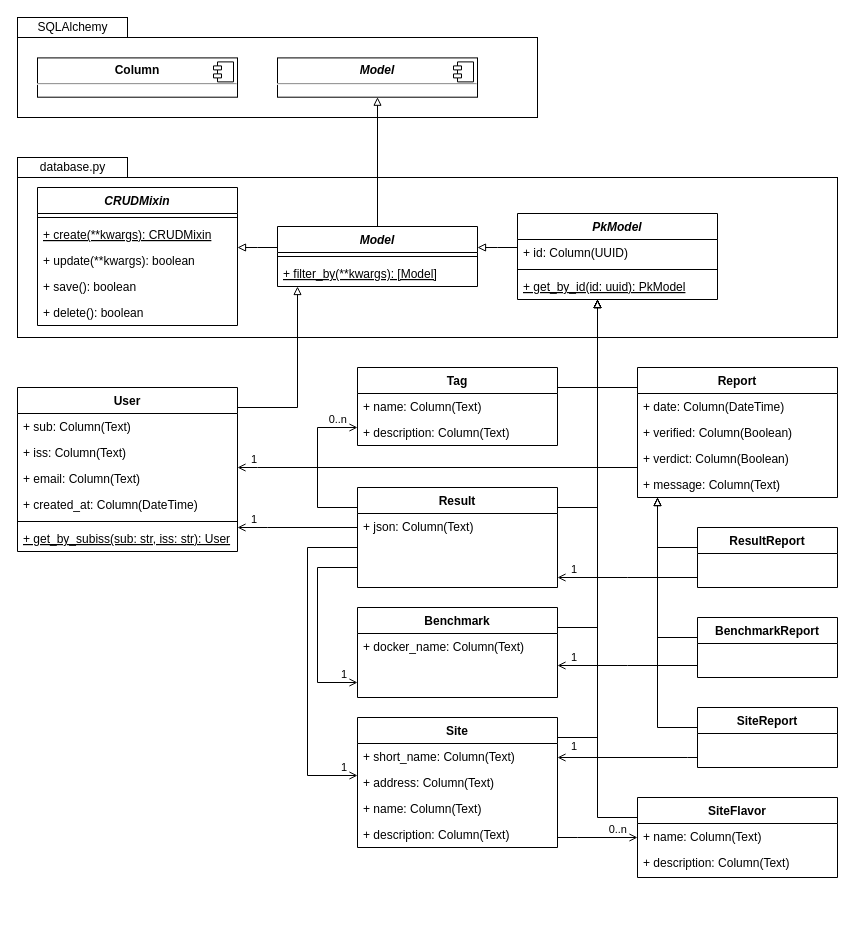
The draw.io diagram docs/diagrams/classes/models.drawio in EOSC-synergy/eosc-perf, before the edit. Source tidied: cells renumbered, new cells numbered last; positions are measured from the earlier drawing's top-left corner, leaving out a move shared by most shapes. Both pictures are drawn from the tidied source at 100%, with x=0, y=0 at pixel (17, 17).
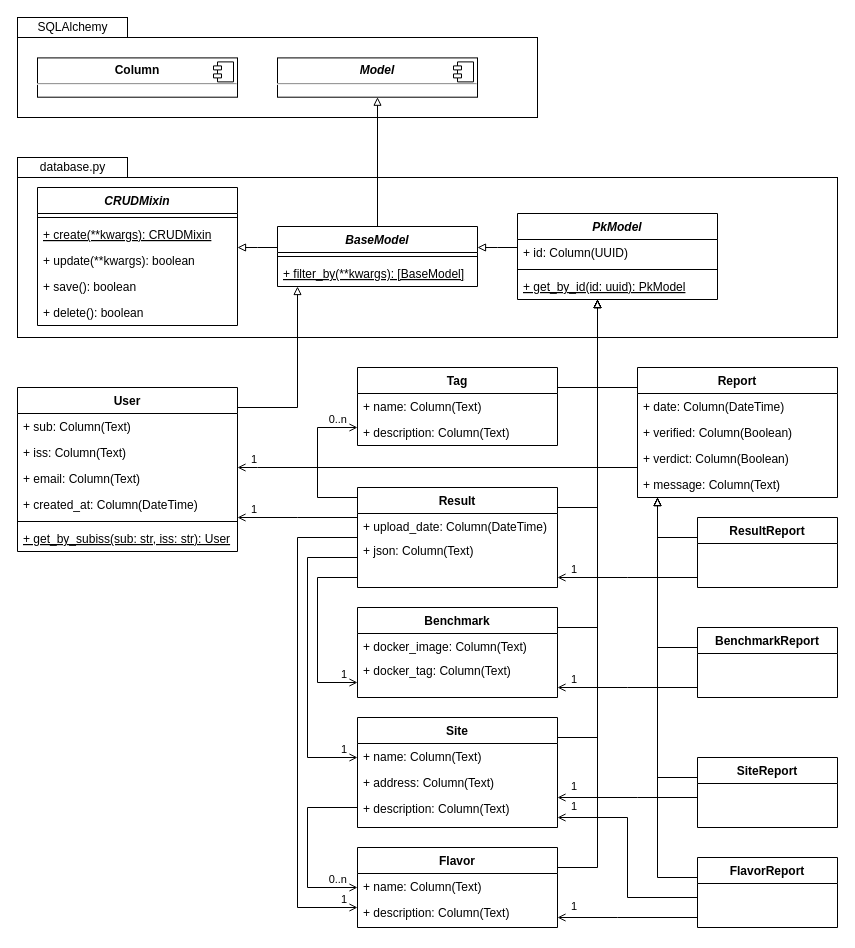
After the change.

Commit message:
Update models diagram

The change refers to these unchanged cells:
```xml
<mxCell id="5" value="Report" style="swimlane;fontStyle=1;align=center;verticalAlign=top;horizontal=1;startSize=26;" parent="1" vertex="1">
  <mxGeometry x="620" y="350" width="200" height="130" as="geometry" />
</mxCell>
<mxCell id="9" value="+ message: Column(Text)" style="text;strokeColor=none;fillColor=none;align=left;verticalAlign=top;spacingLeft=4;spacingRight=4;overflow=hidden;points=[[0,0.5],[1,0.5]];portConstraint=eastwest;" parent="5" vertex="1">
  <mxGeometry y="104" width="200" height="26" as="geometry" />
</mxCell>
<mxCell id="11" value="Result" style="swimlane;fontStyle=1;align=center;verticalAlign=top;horizontal=1;startSize=26;" parent="1" vertex="1">
  <mxGeometry x="340" y="470" width="200" height="100" as="geometry" />
</mxCell>
<mxCell id="24" value="PkModel" style="swimlane;fontStyle=3;align=center;verticalAlign=top;horizontal=1;startSize=26;" parent="1" vertex="1">
  <mxGeometry x="500" y="196" width="200" height="86" as="geometry" />
</mxCell>
<mxCell id="29" value="Tag" style="swimlane;fontStyle=1;align=center;verticalAlign=top;horizontal=1;startSize=26;" parent="1" vertex="1">
  <mxGeometry x="340" y="350" width="200" height="78" as="geometry" />
</mxCell>
<mxCell id="39" value="Benchmark" style="swimlane;fontStyle=1;align=center;verticalAlign=top;horizontal=1;startSize=26;" parent="1" vertex="1">
  <mxGeometry x="340" y="590" width="200" height="90" as="geometry" />
</mxCell>
<mxCell id="48" value="User" style="swimlane;fontStyle=1;align=center;verticalAlign=top;horizontal=1;startSize=26;" parent="1" vertex="1">
  <mxGeometry y="370" width="220" height="164" as="geometry" />
</mxCell>
```

Change to the diagram source:
```diff
@@
-    <mxCell id="12" value="+ json: Column(Text)" style="text;strokeColor=none;fillColor=none;align=left;verticalAlign=top;spacingLeft=4;spacingRight=4;overflow=hidden;" parent="11" vertex="1">
-      <mxGeometry y="26" width="200" height="74" as="geometry" />
+    <mxCell id="12" value="+ upload_date: Column(DateTime)" style="text;strokeColor=none;fillColor=none;align=left;verticalAlign=top;spacingLeft=4;spacingRight=4;overflow=hidden;" parent="11" vertex="1">
+      <mxGeometry y="26" width="200" height="24" as="geometry" />
     </mxCell>
+    <mxCell id="84" value="+ json: Column(Text)" style="text;strokeColor=none;fillColor=none;align=left;verticalAlign=top;spacingLeft=4;spacingRight=4;overflow=hidden;" parent="11" vertex="1">
+      <mxGeometry y="50" width="200" height="50" as="geometry" />
+    </mxCell>
@@
-    <mxCell id="20" value="Model" style="swimlane;fontStyle=3;align=center;verticalAlign=top;horizontal=1;startSize=26;" parent="1" vertex="1">
+    <mxCell id="20" value="BaseModel" style="swimlane;fontStyle=3;align=center;verticalAlign=top;horizontal=1;startSize=26;" parent="1" vertex="1">
       <mxGeometry x="260" y="209" width="200" height="60" as="geometry" />
     </mxCell>
@@
-    <mxCell id="22" value="+ filter_by(**kwargs): [Model]" style="text;strokeColor=none;fillColor=none;align=left;verticalAlign=top;spacingLeft=4;spacingRight=4;overflow=hidden;fontStyle=4;" parent="20" vertex="1">
+    <mxCell id="22" value="+ filter_by(**kwargs): [BaseModel]" style="text;strokeColor=none;fillColor=none;align=left;verticalAlign=top;spacingLeft=4;spacingRight=4;overflow=hidden;fontStyle=4;" parent="20" vertex="1">
       <mxGeometry y="34" width="200" height="26" as="geometry" />
     </mxCell>
@@
     <mxCell id="33" value="Site" style="swimlane;fontStyle=1;align=center;verticalAlign=top;horizontal=1;startSize=26;" parent="1" vertex="1">
-      <mxGeometry x="340" y="700" width="200" height="130" as="geometry" />
+      <mxGeometry x="340" y="700" width="200" height="110" as="geometry" />
     </mxCell>
-    <mxCell id="34" value="+ short_name: Column(Text)" style="text;strokeColor=none;fillColor=none;align=left;verticalAlign=top;spacingLeft=4;spacingRight=4;overflow=hidden;" parent="33" vertex="1">
+    <mxCell id="34" value="+ name: Column(Text)" style="text;strokeColor=none;fillColor=none;align=left;verticalAlign=top;spacingLeft=4;spacingRight=4;overflow=hidden;" parent="33" vertex="1">
       <mxGeometry y="26" width="200" height="26" as="geometry" />
     </mxCell>
@@
-    <mxCell id="36" value="+ name: Column(Text)" style="text;strokeColor=none;fillColor=none;align=left;verticalAlign=top;spacingLeft=4;spacingRight=4;overflow=hidden;" parent="33" vertex="1">
-      <mxGeometry y="78" width="200" height="26" as="geometry" />
-    </mxCell>
     <mxCell id="37" value="+ description: Column(Text)" style="text;strokeColor=none;fillColor=none;align=left;verticalAlign=top;spacingLeft=4;spacingRight=4;overflow=hidden;" parent="33" vertex="1">
-      <mxGeometry y="104" width="200" height="26" as="geometry" />
+      <mxGeometry y="78" width="200" height="32" as="geometry" />
     </mxCell>
@@
-    <mxCell id="40" value="+ docker_name: Column(Text)" style="text;strokeColor=none;fillColor=none;align=left;verticalAlign=top;spacingLeft=4;spacingRight=4;overflow=hidden;points=[[0,0.5],[1,0.5]];portConstraint=eastwest;" parent="39" vertex="1">
-      <mxGeometry y="26" width="200" height="64" as="geometry" />
+    <mxCell id="40" value="+ docker_image: Column(Text)" style="text;strokeColor=none;fillColor=none;align=left;verticalAlign=top;spacingLeft=4;spacingRight=4;overflow=hidden;points=[[0,0.5],[1,0.5]];portConstraint=eastwest;" parent="39" vertex="1">
+      <mxGeometry y="26" width="200" height="24" as="geometry" />
     </mxCell>
+    <mxCell id="85" value="+ docker_tag: Column(Text)" style="text;strokeColor=none;fillColor=none;align=left;verticalAlign=top;spacingLeft=4;spacingRight=4;overflow=hidden;" parent="39" vertex="1">
+      <mxGeometry y="50" width="200" height="40" as="geometry" />
+    </mxCell>
@@
     <mxCell id="44" style="html=1;edgeStyle=orthogonalEdgeStyle;rounded=0;endArrow=open;endFill=0;" parent="1" edge="1" source="11" target="39">
       <mxGeometry relative="1" as="geometry">
         <Array as="points">
-          <mxPoint x="300" y="550" />
+          <mxPoint x="300" y="560" />
           <mxPoint x="300" y="665" />
         </Array>
       </mxGeometry>
     </mxCell>
@@
     <mxCell id="46" style="html=1;startArrow=none;startFill=0;edgeStyle=orthogonalEdgeStyle;endFill=0;rounded=0;endArrow=open;" parent="1" edge="1" source="11" target="33">
       <mxGeometry relative="1" as="geometry">
         <Array as="points">
-          <mxPoint x="290" y="530" />
-          <mxPoint x="290" y="758" />
+          <mxPoint x="290" y="540" />
+          <mxPoint x="290" y="740" />
         </Array>
       </mxGeometry>
     </mxCell>
@@
     <mxCell id="62" style="edgeStyle=orthogonalEdgeStyle;rounded=0;jettySize=auto;html=1;endArrow=block;endFill=0;" parent="1" edge="1" source="63" target="24">
       <mxGeometry relative="1" as="geometry">
         <Array as="points">
-          <mxPoint x="580" y="800" />
+          <mxPoint x="440" y="850" />
+          <mxPoint x="580" y="850" />
         </Array>
       </mxGeometry>
     </mxCell>
-    <mxCell id="63" value="SiteFlavor" style="swimlane;fontStyle=1;align=center;verticalAlign=top;horizontal=1;startSize=26;" parent="1" vertex="1">
-      <mxGeometry x="620" y="780" width="200" height="80" as="geometry" />
+    <mxCell id="63" value="Flavor" style="swimlane;fontStyle=1;align=center;verticalAlign=top;horizontal=1;startSize=26;" parent="1" vertex="1">
+      <mxGeometry x="340" y="830" width="200" height="80" as="geometry" />
     </mxCell>
@@
     <mxCell id="66" value="ResultReport" style="swimlane;fontStyle=1;horizontal=1;startSize=26;" parent="1" vertex="1">
-      <mxGeometry x="680" y="510" width="140" height="60" as="geometry" />
+      <mxGeometry x="680" y="500" width="140" height="70" as="geometry" />
     </mxCell>
     <mxCell id="67" value="BenchmarkReport" style="swimlane;fontStyle=1;horizontal=1;startSize=26;" parent="1" vertex="1">
-      <mxGeometry x="680" y="600" width="140" height="60" as="geometry" />
+      <mxGeometry x="680" y="610" width="140" height="70" as="geometry" />
     </mxCell>
     <mxCell id="68" value="SiteReport" style="swimlane;fontStyle=1;horizontal=1;startSize=26;" parent="1" vertex="1">
-      <mxGeometry x="680" y="690" width="140" height="60" as="geometry" />
+      <mxGeometry x="680" y="740" width="140" height="70" as="geometry" />
     </mxCell>
     <mxCell id="69" style="endArrow=block;endFill=0;endSize=6;html=1;strokeWidth=1;rounded=0;edgeStyle=orthogonalEdgeStyle;" parent="1" edge="1" source="66" target="9">
       <mxGeometry relative="1" as="geometry">
         <Array as="points">
-          <mxPoint x="640" y="530" />
+          <mxPoint x="640" y="520" />
         </Array>
       </mxGeometry>
     </mxCell>
     <mxCell id="70" style="endArrow=block;endFill=0;endSize=6;html=1;strokeWidth=1;rounded=0;edgeStyle=orthogonalEdgeStyle;" parent="1" edge="1" source="67" target="9">
       <mxGeometry relative="1" as="geometry">
         <Array as="points">
-          <mxPoint x="640" y="620" />
+          <mxPoint x="640" y="630" />
         </Array>
       </mxGeometry>
     </mxCell>
     <mxCell id="71" style="endArrow=block;endFill=0;endSize=6;html=1;strokeWidth=1;rounded=0;edgeStyle=orthogonalEdgeStyle;" parent="1" edge="1" source="68" target="9">
       <mxGeometry relative="1" as="geometry">
         <Array as="points">
-          <mxPoint x="640" y="710" />
+          <mxPoint x="640" y="760" />
         </Array>
       </mxGeometry>
     </mxCell>
     <mxCell id="72" style="html=1;startArrow=none;startFill=0;edgeStyle=orthogonalEdgeStyle;endFill=0;rounded=0;strokeWidth=1;endArrow=open;" parent="1" edge="1" source="68" target="33">
       <mxGeometry relative="1" as="geometry">
         <Array as="points">
-          <mxPoint x="670" y="740" />
-          <mxPoint x="670" y="740" />
+          <mxPoint x="620" y="780" />
+          <mxPoint x="620" y="780" />
         </Array>
       </mxGeometry>
     </mxCell>
@@
-    <mxCell id="74" style="html=1;startArrow=none;startFill=0;edgeStyle=orthogonalEdgeStyle;endFill=0;rounded=0;strokeWidth=1;endArrow=open;" parent="1" edge="1" source="67" target="40">
+    <mxCell id="74" style="html=1;startArrow=none;startFill=0;edgeStyle=orthogonalEdgeStyle;endFill=0;rounded=0;strokeWidth=1;endArrow=open;" parent="1" edge="1" source="67" target="39">
       <mxGeometry relative="1" as="geometry">
         <Array as="points">
-          <mxPoint x="610" y="648" />
-          <mxPoint x="610" y="648" />
+          <mxPoint x="610" y="670" />
+          <mxPoint x="610" y="670" />
         </Array>
       </mxGeometry>
     </mxCell>
@@
-    <mxCell id="78" style="html=1;edgeStyle=orthogonalEdgeStyle;rounded=0;endArrow=open;endFill=0;" parent="1" edge="1" source="33" target="63">
+    <mxCell id="78" style="html=1;edgeStyle=orthogonalEdgeStyle;rounded=0;endArrow=open;endFill=0;startArrow=none;startFill=0;" parent="1" edge="1" source="33" target="63">
       <mxGeometry relative="1" as="geometry">
         <Array as="points">
-          <mxPoint x="560" y="820" />
-          <mxPoint x="560" y="820" />
+          <mxPoint x="290" y="790" />
+          <mxPoint x="290" y="870" />
         </Array>
       </mxGeometry>
     </mxCell>
@@
     <mxCell id="80" style="html=1;startArrow=none;startFill=0;edgeStyle=orthogonalEdgeStyle;endFill=0;rounded=0;strokeWidth=1;endArrow=open;" parent="1" edge="1" source="11" target="48">
       <mxGeometry relative="1" as="geometry">
         <Array as="points">
-          <mxPoint x="250" y="510" />
-          <mxPoint x="250" y="510" />
+          <mxPoint x="280" y="500" />
+          <mxPoint x="280" y="500" />
         </Array>
       </mxGeometry>
     </mxCell>
@@
     <mxCell id="82" style="html=1;startArrow=none;startFill=0;edgeStyle=orthogonalEdgeStyle;endFill=0;rounded=0;strokeWidth=1;endArrow=open;" parent="1" edge="1" source="11" target="29">
       <mxGeometry relative="1" as="geometry">
         <Array as="points">
-          <mxPoint x="300" y="490" />
+          <mxPoint x="300" y="480" />
           <mxPoint x="300" y="410" />
         </Array>
       </mxGeometry>
     </mxCell>
@@
+    <mxCell id="86" style="html=1;edgeStyle=orthogonalEdgeStyle;rounded=0;endArrow=open;endFill=0;" parent="1" edge="1" source="11" target="63">
+      <mxGeometry relative="1" as="geometry">
+        <Array as="points">
+          <mxPoint x="280" y="520" />
+          <mxPoint x="280" y="890" />
+        </Array>
+      </mxGeometry>
+    </mxCell>
+    <mxCell id="87" value="1" style="edgeLabel;html=1;align=right;verticalAlign=bottom;" parent="86" vertex="1">
+      <mxGeometry x="1" relative="1" as="geometry">
+        <mxPoint x="-10" as="offset" />
+      </mxGeometry>
+    </mxCell>
+    <mxCell id="88" value="FlavorReport" style="swimlane;fontStyle=1;horizontal=1;startSize=26;" parent="1" vertex="1">
+      <mxGeometry x="680" y="840" width="140" height="70" as="geometry" />
+    </mxCell>
+    <mxCell id="89" style="html=1;startArrow=none;startFill=0;edgeStyle=orthogonalEdgeStyle;endFill=0;rounded=0;strokeWidth=1;endArrow=open;" parent="1" edge="1" source="88" target="33">
+      <mxGeometry relative="1" as="geometry">
+        <Array as="points">
+          <mxPoint x="610" y="880" />
+          <mxPoint x="610" y="800" />
+        </Array>
+      </mxGeometry>
+    </mxCell>
+    <mxCell id="90" value="1" style="edgeLabel;html=1;align=right;verticalAlign=bottom;" parent="89" vertex="1">
+      <mxGeometry x="1" relative="1" as="geometry">
+        <mxPoint x="20" y="-3" as="offset" />
+      </mxGeometry>
+    </mxCell>
+    <mxCell id="91" style="endArrow=block;endFill=0;endSize=6;html=1;strokeWidth=1;rounded=0;edgeStyle=orthogonalEdgeStyle;" parent="1" edge="1" source="88" target="5">
+      <mxGeometry relative="1" as="geometry">
+        <Array as="points">
+          <mxPoint x="640" y="860" />
+        </Array>
+      </mxGeometry>
+    </mxCell>
+    <mxCell id="92" style="html=1;startArrow=none;startFill=0;edgeStyle=orthogonalEdgeStyle;endFill=0;rounded=0;strokeWidth=1;endArrow=open;" parent="1" edge="1" source="88" target="63">
+      <mxGeometry relative="1" as="geometry">
+        <Array as="points">
+          <mxPoint x="600" y="900" />
+          <mxPoint x="600" y="900" />
+        </Array>
+      </mxGeometry>
+    </mxCell>
+    <mxCell id="93" value="1" style="edgeLabel;html=1;align=right;verticalAlign=bottom;" parent="92" vertex="1">
+      <mxGeometry x="1" relative="1" as="geometry">
+        <mxPoint x="20" y="-3" as="offset" />
+      </mxGeometry>
+    </mxCell>
```
